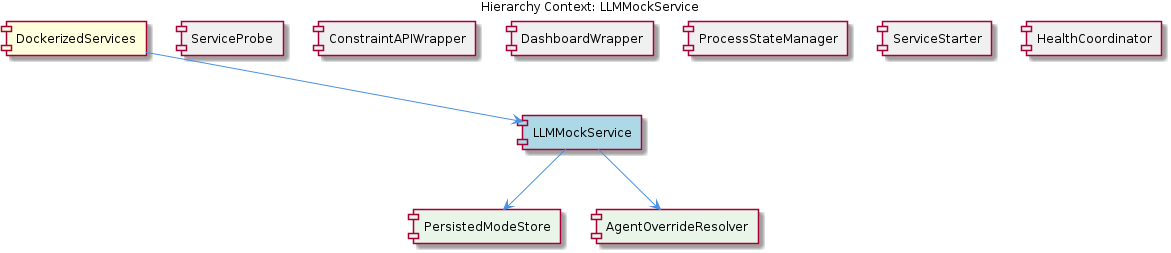
Above: knowledge-management/insights/images/llmmock-service-relationship.png in fwornle/coding (PlantUML), before the change. Its source is kept beside it as .data/knowledge-graph/insights/puml/llmmock-service-relationship.puml. Its diagram source:
```plantuml
@startuml
!include _standard-style.puml

title Hierarchy Context: LLMMockService

[DockerizedServices] as dockerized_services #FFFFDD
[LLMMockService] as llmmock_service #LightBlue
[ServiceProbe] as service_probe #F0F0F0
[ConstraintAPIWrapper] as constraint_apiwrapper #F0F0F0
[DashboardWrapper] as dashboard_wrapper #F0F0F0
[ProcessStateManager] as process_state_manager #F0F0F0
[ServiceStarter] as service_starter #F0F0F0
[HealthCoordinator] as health_coordinator #F0F0F0
[PersistedModeStore] as persisted_mode_store #E8F5E8
[AgentOverrideResolver] as agent_override_resolver #E8F5E8

dockerized_services --> llmmock_service
service_probe -[hidden]- llmmock_service
constraint_apiwrapper -[hidden]- llmmock_service
dashboard_wrapper -[hidden]- llmmock_service
process_state_manager -[hidden]- llmmock_service
service_starter -[hidden]- llmmock_service
health_coordinator -[hidden]- llmmock_service
llmmock_service --> persisted_mode_store
llmmock_service --> agent_override_resolver

@enduml
```
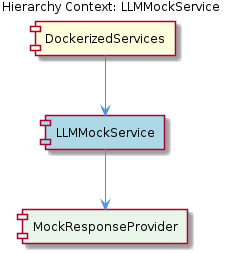
Above is the later version.

Diff of the diagram source:
```diff
@@ -5,23 +5,9 @@
 
 [DockerizedServices] as dockerized_services #FFFFDD
 [LLMMockService] as llmmock_service #LightBlue
-[ServiceProbe] as service_probe #F0F0F0
-[ConstraintAPIWrapper] as constraint_apiwrapper #F0F0F0
-[DashboardWrapper] as dashboard_wrapper #F0F0F0
-[ProcessStateManager] as process_state_manager #F0F0F0
-[ServiceStarter] as service_starter #F0F0F0
-[HealthCoordinator] as health_coordinator #F0F0F0
-[PersistedModeStore] as persisted_mode_store #E8F5E8
-[AgentOverrideResolver] as agent_override_resolver #E8F5E8
+[MockResponseProvider] as mock_response_provider #E8F5E8
 
 dockerized_services --> llmmock_service
-service_probe -[hidden]- llmmock_service
-constraint_apiwrapper -[hidden]- llmmock_service
-dashboard_wrapper -[hidden]- llmmock_service
-process_state_manager -[hidden]- llmmock_service
-service_starter -[hidden]- llmmock_service
-health_coordinator -[hidden]- llmmock_service
-llmmock_service --> persisted_mode_store
-llmmock_service --> agent_override_resolver
+llmmock_service --> mock_response_provider
 
 @enduml
```
